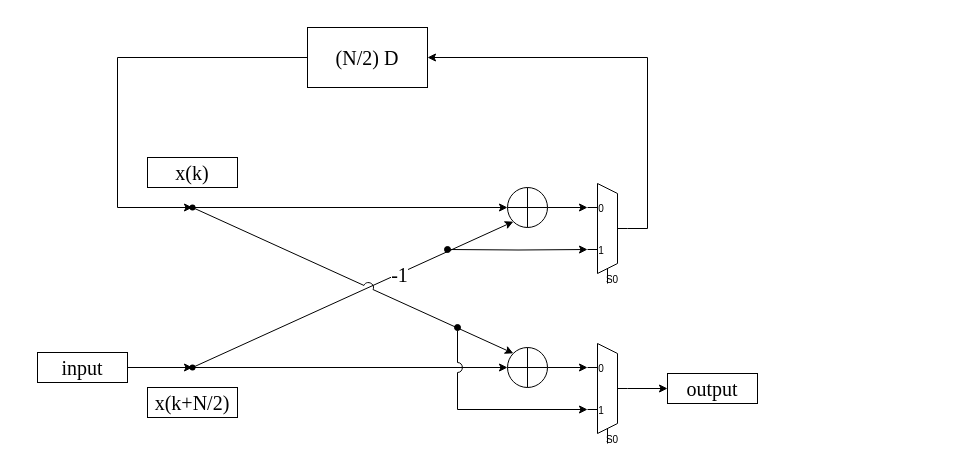
Above: BF_module.drawio in ALpht/16_FFT (draw.io), before the change. Source tidied: cells renumbered, new cells numbered last; positions are measured from the earlier drawing's top-left corner, leaving out a move shared by most shapes. Both pictures are drawn from the tidied source at 100%, with x=0, y=0 at pixel (37, 27).
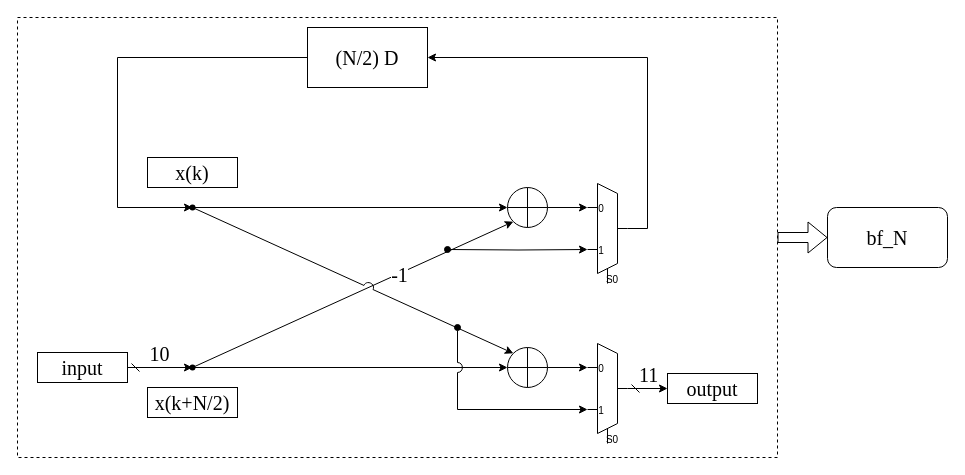
Above is the later version.

The change refers to these unchanged cells:
```xml
<mxCell id="9" style="shape=waypoint;sketch=0;fillStyle=solid;size=6;points=[];fillColor=none;perimeter=centerPerimeter;snapToPoint=1;" parent="1" vertex="1">
  <mxGeometry x="145" y="330" width="20" height="20" as="geometry" />
</mxCell>
<mxCell id="19" style="shadow=0;dashed=0;align=center;html=1;strokeWidth=1;shape=mxgraph.electrical.abstract.mux2;whiteSpace=wrap;fontSize=20;" parent="1" vertex="1">
  <mxGeometry x="550" y="316" width="40" height="100" as="geometry" />
</mxCell>
<mxCell id="20" value="&lt;font style=&quot;font-size: 20px;&quot; face=&quot;Times New Roman&quot;&gt;input&lt;/font&gt;" style="rounded=0;whiteSpace=wrap;html=1;" parent="1" vertex="1">
  <mxGeometry y="325" width="90" height="30" as="geometry" />
</mxCell>
<mxCell id="25" value="&lt;font style=&quot;font-size: 20px;&quot; face=&quot;Times New Roman&quot;&gt;output&lt;/font&gt;" style="rounded=0;whiteSpace=wrap;html=1;" parent="1" vertex="1">
  <mxGeometry x="630" y="346" width="90" height="30" as="geometry" />
</mxCell>
```

Diff of the diagram source:
```diff
@@
+    <mxCell id="26" style="edgeStyle=orthogonalEdgeStyle;rounded=0;jettySize=auto;html=1;exitX=1;exitY=0.5;exitDx=0;exitDy=0;entryX=0;entryY=0.5;entryDx=0;entryDy=0;shape=flexArrow;" parent="1" edge="1" source="27" target="30">
+      <mxGeometry relative="1" as="geometry" />
+    </mxCell>
+    <mxCell id="27" style="rounded=0;whiteSpace=wrap;html=1;fillColor=none;dashed=1;" parent="1" vertex="1">
+      <mxGeometry x="-20" y="-10" width="760" height="440" as="geometry" />
+    </mxCell>
@@
-    <mxCell id="18" style="edgeStyle=orthogonalEdgeStyle;rounded=0;jettySize=auto;html=1;exitX=1;exitY=0.5;exitDx=0;exitDy=-5;exitPerimeter=0;entryX=0;entryY=0.5;entryDx=0;entryDy=0;" parent="1" edge="1" source="19" target="25">
+    <mxCell id="18" style="edgeStyle=orthogonalEdgeStyle;rounded=0;jettySize=auto;html=1;exitX=1;exitY=0.5;exitDx=0;exitDy=-5;exitPerimeter=0;entryX=0;entryY=0.5;entryDx=0;entryDy=0;startArrow=dash;startFill=0;" parent="1" edge="1" source="19" target="25">
       <mxGeometry relative="1" as="geometry" />
     </mxCell>
+    <mxCell id="28" value="&lt;font style=&quot;font-size: 20px;&quot; face=&quot;Times New Roman&quot;&gt;11&lt;/font&gt;" style="edgeLabel;html=1;align=center;verticalAlign=bottom;labelPosition=center;verticalLabelPosition=top;" parent="18" vertex="1">
+      <mxGeometry x="0.02" relative="1" as="geometry" />
+    </mxCell>
@@
-    <mxCell id="21" style="edgeStyle=orthogonalEdgeStyle;rounded=0;jettySize=auto;html=1;exitX=1;exitY=0.5;exitDx=0;exitDy=0;entryX=0.25;entryY=0.533;entryDx=0;entryDy=0;entryPerimeter=0;" parent="1" edge="1" source="20" target="9">
+    <mxCell id="21" style="edgeStyle=orthogonalEdgeStyle;rounded=0;jettySize=auto;html=1;exitX=1;exitY=0.5;exitDx=0;exitDy=0;entryX=0.25;entryY=0.533;entryDx=0;entryDy=0;entryPerimeter=0;startArrow=dash;startFill=0;" parent="1" edge="1" source="20" target="9">
       <mxGeometry relative="1" as="geometry" />
     </mxCell>
+    <mxCell id="29" value="&lt;font style=&quot;font-size: 20px;&quot; face=&quot;Times New Roman&quot;&gt;10&lt;/font&gt;" style="edgeLabel;html=1;align=center;verticalAlign=bottom;labelPosition=center;verticalLabelPosition=top;" parent="21" vertex="1">
+      <mxGeometry x="-0.04" relative="1" as="geometry" />
+    </mxCell>
@@
+    <mxCell id="30" value="&lt;font style=&quot;font-size: 20px;&quot; face=&quot;Times New Roman&quot;&gt;bf_N&lt;/font&gt;" style="rounded=1;whiteSpace=wrap;html=1;" parent="1" vertex="1">
+      <mxGeometry x="790" y="180" width="120" height="60" as="geometry" />
+    </mxCell>
```
